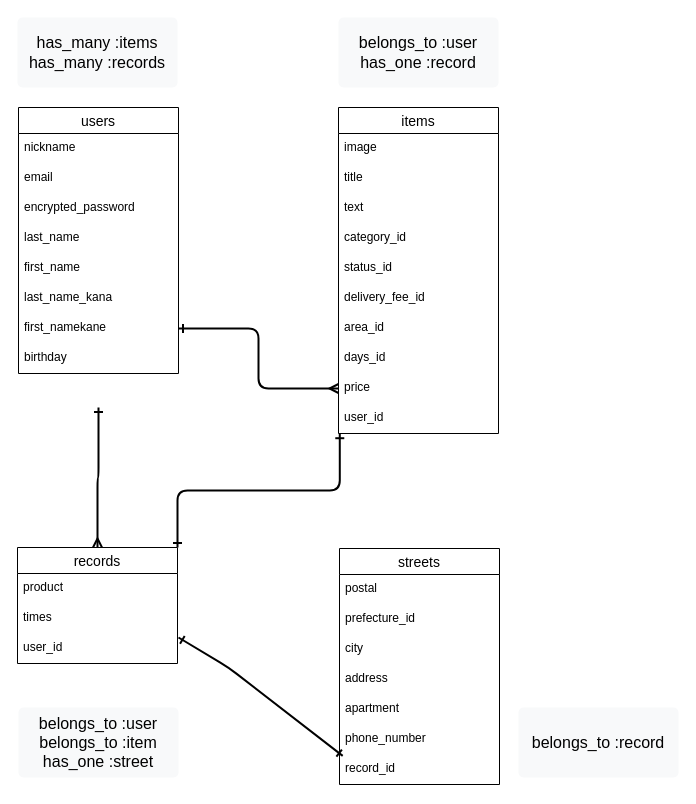
by-miwa/furima-31647 keeps this draw.io diagram as test.dio. Above is the earlier version. Source tidied: cells renumbered, new cells numbered last; positions are measured from the earlier drawing's top-left corner, leaving out a move shared by most shapes. Both pictures are drawn from the tidied source at 100%, with x=0, y=0 at pixel (17, 17).
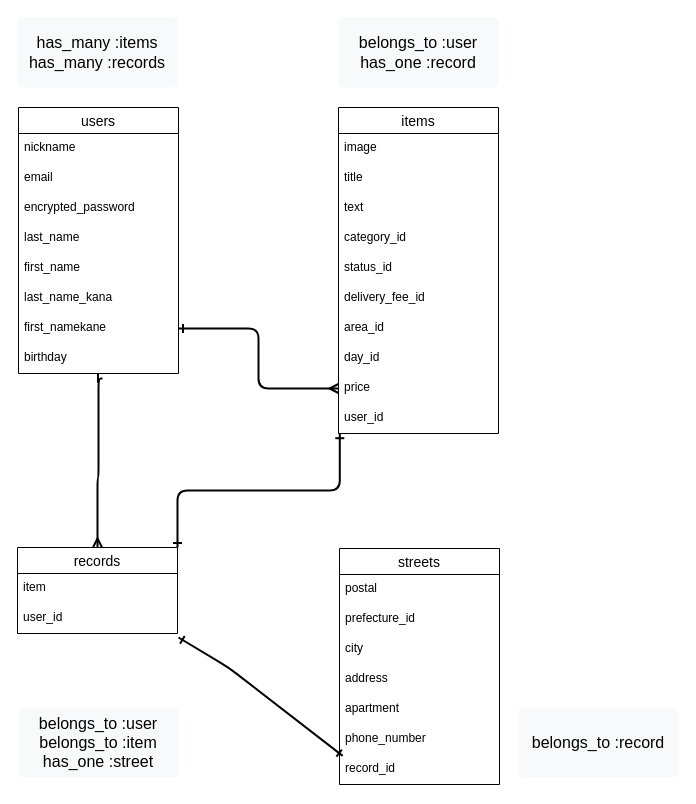
After the change.

Unchanged cells that the change refers to:
```xml
<mxCell id="17" value="birthday" style="text;strokeColor=none;fillColor=none;spacingLeft=4;spacingRight=4;overflow=hidden;points=[[0,0.5],[1,0.5]];portConstraint=eastwest;fontSize=12;" parent="9" vertex="1">
  <mxGeometry y="236" width="160" height="30" as="geometry" />
</mxCell>
<mxCell id="18" value="items" style="swimlane;fontStyle=0;horizontal=1;startSize=26;align=center;fontSize=14;" parent="1" vertex="1">
  <mxGeometry x="321" y="90" width="160" height="326" as="geometry" />
</mxCell>
```

Diff of the diagram source:
```diff
@@
-    <mxCell id="3" style="edgeStyle=orthogonalEdgeStyle;curved=0;rounded=1;sketch=0;jettySize=auto;html=1;exitX=0.5;exitY=0;exitDx=0;exitDy=0;startArrow=ERmany;startFill=0;endArrow=ERone;endFill=0;strokeWidth=2;fontSize=20;" parent="1" edge="1" source="5">
+    <mxCell id="3" style="edgeStyle=orthogonalEdgeStyle;curved=0;rounded=1;sketch=0;jettySize=auto;html=1;exitX=0.5;exitY=0;exitDx=0;exitDy=0;startArrow=ERmany;startFill=0;endArrow=ERone;endFill=0;strokeWidth=2;fontSize=20;entryX=0.525;entryY=1.167;entryDx=0;entryDy=0;entryPerimeter=0;" parent="1" edge="1" source="5" target="17">
       <mxGeometry relative="1" as="geometry">
-        <mxPoint x="81" y="390" as="targetPoint" />
         <Array as="points">
           <mxPoint x="80" y="460" />
           <mxPoint x="81" y="460" />
+          <mxPoint x="81" y="361" />
         </Array>
       </mxGeometry>
     </mxCell>
@@
     <mxCell id="5" value="records" style="swimlane;fontStyle=0;horizontal=1;startSize=26;align=center;fontSize=14;" parent="1" vertex="1">
-      <mxGeometry y="530" width="160" height="116" as="geometry" />
+      <mxGeometry y="530" width="160" height="86" as="geometry" />
     </mxCell>
-    <mxCell id="6" value="product" style="text;strokeColor=none;fillColor=none;spacingLeft=4;spacingRight=4;overflow=hidden;fontSize=12;" parent="5" vertex="1">
+    <mxCell id="6" value="item" style="text;strokeColor=none;fillColor=none;spacingLeft=4;spacingRight=4;overflow=hidden;fontSize=12;" parent="5" vertex="1">
       <mxGeometry y="26" width="160" height="30" as="geometry" />
     </mxCell>
-    <mxCell id="7" value="times" style="text;strokeColor=none;fillColor=none;spacingLeft=4;spacingRight=4;overflow=hidden;fontSize=12;" parent="5" vertex="1">
-      <mxGeometry y="56" width="160" height="30" as="geometry" />
-    </mxCell>
     <mxCell id="8" value="user_id" style="text;strokeColor=none;fillColor=none;spacingLeft=4;spacingRight=4;overflow=hidden;fontSize=12;" parent="5" vertex="1">
-      <mxGeometry y="86" width="160" height="30" as="geometry" />
+      <mxGeometry y="56" width="160" height="30" as="geometry" />
     </mxCell>
@@
-    <mxCell id="26" value="days_id" style="text;strokeColor=none;fillColor=none;spacingLeft=4;spacingRight=4;overflow=hidden;fontSize=12;" parent="18" vertex="1">
+    <mxCell id="26" value="day_id" style="text;strokeColor=none;fillColor=none;spacingLeft=4;spacingRight=4;overflow=hidden;fontSize=12;" parent="18" vertex="1">
       <mxGeometry y="236" width="160" height="30" as="geometry" />
     </mxCell>
```
